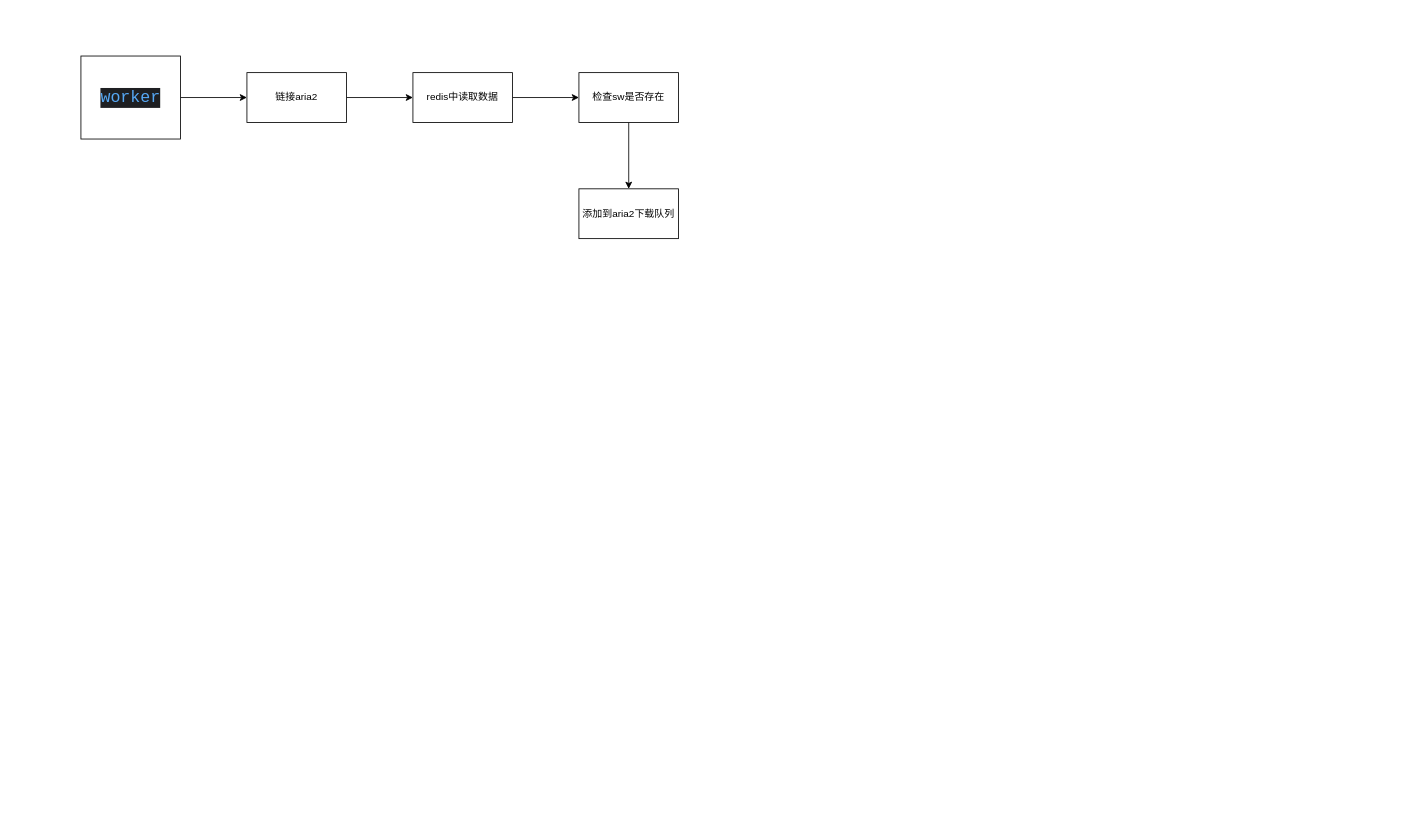
The draw.io diagram aria2工作流程.drawio in MapleJourney/diagram, before the edit. Source tidied: cells renumbered, new cells numbered last; positions are measured from the earlier drawing's top-left corner, leaving out a move shared by most shapes. Both pictures are drawn from the tidied source at 83%, with x=0, y=0 at pixel (81, 56).
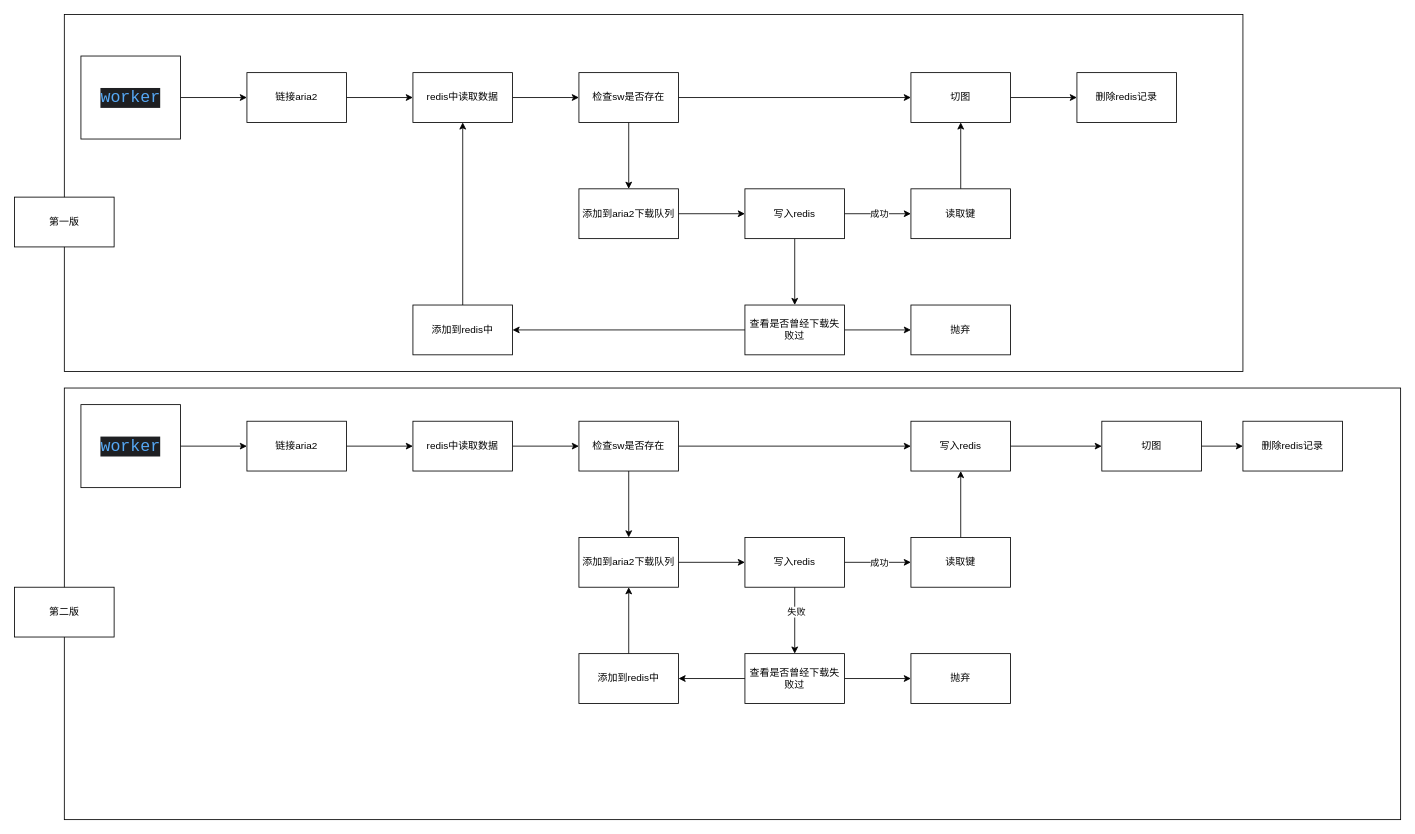
Above is the later version.

Commit message:
更新aria2工作流程.drawio

Unchanged cells that the change refers to:
```xml
<mxCell id="7" value="redis中读取数据" style="whiteSpace=wrap;html=1;rounded=0;" parent="1" vertex="1">
  <mxGeometry x="400" y="20" width="120" height="60" as="geometry" />
</mxCell>
<mxCell id="9" value="检查sw是否存在" style="whiteSpace=wrap;html=1;rounded=0;" parent="1" vertex="1">
  <mxGeometry x="600" y="20" width="120" height="60" as="geometry" />
</mxCell>
<mxCell id="10" value="添加到aria2下载队列" style="whiteSpace=wrap;html=1;rounded=0;" parent="1" vertex="1">
  <mxGeometry x="600" y="160" width="120" height="60" as="geometry" />
</mxCell>
```

The edit, as a diff of the source:
```diff
@@
+    <mxCell id="11" style="rounded=0;whiteSpace=wrap;html=1;" parent="1" vertex="1">
+      <mxGeometry x="-20" y="400" width="1610" height="520" as="geometry" />
+    </mxCell>
+    <mxCell id="12" style="rounded=0;whiteSpace=wrap;html=1;" parent="1" vertex="1">
+      <mxGeometry x="-20" y="-50" width="1420" height="430" as="geometry" />
+    </mxCell>
@@
+    <mxCell id="13" style="edgeStyle=orthogonalEdgeStyle;rounded=0;jettySize=auto;html=1;entryX=0;entryY=0.5;entryDx=0;entryDy=0;" parent="1" edge="1" source="9" target="22">
+      <mxGeometry relative="1" as="geometry" />
+    </mxCell>
@@
+    <mxCell id="14" style="edgeStyle=orthogonalEdgeStyle;rounded=0;jettySize=auto;html=1;" parent="1" edge="1" source="10" target="18">
+      <mxGeometry relative="1" as="geometry" />
+    </mxCell>
@@
+    <mxCell id="15" style="edgeStyle=orthogonalEdgeStyle;rounded=0;jettySize=auto;html=1;" parent="1" edge="1" source="18" target="20">
+      <mxGeometry relative="1" as="geometry" />
+    </mxCell>
+    <mxCell id="16" value="成功" style="edgeLabel;html=1;align=center;verticalAlign=middle;" parent="15" vertex="1">
+      <mxGeometry x="-0.31" y="-3" relative="1" as="geometry">
+        <mxPoint x="13" y="-3" as="offset" />
+      </mxGeometry>
+    </mxCell>
+    <mxCell id="17" style="edgeStyle=orthogonalEdgeStyle;rounded=0;jettySize=auto;html=1;" parent="1" edge="1" source="18" target="26">
+      <mxGeometry relative="1" as="geometry" />
+    </mxCell>
+    <mxCell id="18" value="写入redis" style="whiteSpace=wrap;html=1;rounded=0;" parent="1" vertex="1">
+      <mxGeometry x="800" y="160" width="120" height="60" as="geometry" />
+    </mxCell>
+    <mxCell id="19" style="edgeStyle=orthogonalEdgeStyle;rounded=0;jettySize=auto;html=1;" parent="1" edge="1" source="20" target="22">
+      <mxGeometry relative="1" as="geometry" />
+    </mxCell>
+    <mxCell id="20" value="读取键" style="whiteSpace=wrap;html=1;rounded=0;" parent="1" vertex="1">
+      <mxGeometry x="1000" y="160" width="120" height="60" as="geometry" />
+    </mxCell>
+    <mxCell id="21" style="edgeStyle=orthogonalEdgeStyle;rounded=0;jettySize=auto;html=1;" parent="1" edge="1" source="22" target="23">
+      <mxGeometry relative="1" as="geometry" />
+    </mxCell>
+    <mxCell id="22" value="切图" style="whiteSpace=wrap;html=1;rounded=0;" parent="1" vertex="1">
+      <mxGeometry x="1000" y="20" width="120" height="60" as="geometry" />
+    </mxCell>
+    <mxCell id="23" value="删除redis记录" style="whiteSpace=wrap;html=1;rounded=0;" parent="1" vertex="1">
+      <mxGeometry x="1200" y="20" width="120" height="60" as="geometry" />
+    </mxCell>
+    <mxCell id="24" style="edgeStyle=orthogonalEdgeStyle;rounded=0;jettySize=auto;html=1;" parent="1" edge="1" source="26" target="27">
+      <mxGeometry relative="1" as="geometry" />
+    </mxCell>
+    <mxCell id="25" style="edgeStyle=orthogonalEdgeStyle;rounded=0;jettySize=auto;html=1;" parent="1" edge="1" source="26" target="29">
+      <mxGeometry relative="1" as="geometry" />
+    </mxCell>
+    <mxCell id="26" value="查看是否曾经下载失败过" style="whiteSpace=wrap;html=1;rounded=0;" parent="1" vertex="1">
+      <mxGeometry x="800" y="300" width="120" height="60" as="geometry" />
+    </mxCell>
+    <mxCell id="27" value="抛弃" style="whiteSpace=wrap;html=1;rounded=0;" parent="1" vertex="1">
+      <mxGeometry x="1000" y="300" width="120" height="60" as="geometry" />
+    </mxCell>
+    <mxCell id="28" style="edgeStyle=orthogonalEdgeStyle;rounded=0;jettySize=auto;html=1;" parent="1" edge="1" source="29" target="7">
+      <mxGeometry relative="1" as="geometry" />
+    </mxCell>
+    <mxCell id="29" value="添加到redis中" style="whiteSpace=wrap;html=1;rounded=0;" parent="1" vertex="1">
+      <mxGeometry x="400" y="300" width="120" height="60" as="geometry" />
+    </mxCell>
+    <mxCell id="30" style="edgeStyle=orthogonalEdgeStyle;rounded=0;jettySize=auto;html=1;" parent="1" edge="1" source="31" target="33">
+      <mxGeometry relative="1" as="geometry" />
+    </mxCell>
+    <mxCell id="31" value="&lt;div style=&quot;background-color:#1e1f22;color:#bcbec4&quot;&gt;&lt;pre style=&quot;font-family:'JetBrains Mono',monospace;font-size:15.0pt;&quot;&gt;&lt;span style=&quot;color:#56a8f5;&quot;&gt;worker&lt;/span&gt;&lt;/pre&gt;&lt;/div&gt;" style="rounded=0;whiteSpace=wrap;html=1;" parent="1" vertex="1">
+      <mxGeometry y="420" width="120" height="100" as="geometry" />
+    </mxCell>
+    <mxCell id="32" style="edgeStyle=orthogonalEdgeStyle;rounded=0;jettySize=auto;html=1;" parent="1" edge="1" source="33" target="35">
+      <mxGeometry relative="1" as="geometry" />
+    </mxCell>
+    <mxCell id="33" value="链接aria2" style="whiteSpace=wrap;html=1;rounded=0;" parent="1" vertex="1">
+      <mxGeometry x="200" y="440" width="120" height="60" as="geometry" />
+    </mxCell>
+    <mxCell id="34" style="edgeStyle=orthogonalEdgeStyle;rounded=0;jettySize=auto;html=1;" parent="1" edge="1" source="35" target="38">
+      <mxGeometry relative="1" as="geometry" />
+    </mxCell>
+    <mxCell id="35" value="redis中读取数据" style="whiteSpace=wrap;html=1;rounded=0;" parent="1" vertex="1">
+      <mxGeometry x="400" y="440" width="120" height="60" as="geometry" />
+    </mxCell>
+    <mxCell id="36" style="edgeStyle=orthogonalEdgeStyle;rounded=0;jettySize=auto;html=1;" parent="1" edge="1" source="38" target="40">
+      <mxGeometry relative="1" as="geometry" />
+    </mxCell>
+    <mxCell id="37" style="edgeStyle=orthogonalEdgeStyle;rounded=0;jettySize=auto;html=1;entryX=0;entryY=0.5;entryDx=0;entryDy=0;" parent="1" edge="1" source="38" target="58">
+      <mxGeometry relative="1" as="geometry" />
+    </mxCell>
+    <mxCell id="38" value="检查sw是否存在" style="whiteSpace=wrap;html=1;rounded=0;" parent="1" vertex="1">
+      <mxGeometry x="600" y="440" width="120" height="60" as="geometry" />
+    </mxCell>
+    <mxCell id="39" style="edgeStyle=orthogonalEdgeStyle;rounded=0;jettySize=auto;html=1;" parent="1" edge="1" source="40" target="45">
+      <mxGeometry relative="1" as="geometry" />
+    </mxCell>
+    <mxCell id="40" value="添加到aria2下载队列" style="whiteSpace=wrap;html=1;rounded=0;" parent="1" vertex="1">
+      <mxGeometry x="600" y="580" width="120" height="60" as="geometry" />
+    </mxCell>
+    <mxCell id="41" style="edgeStyle=orthogonalEdgeStyle;rounded=0;jettySize=auto;html=1;" parent="1" edge="1" source="45" target="47">
+      <mxGeometry relative="1" as="geometry" />
+    </mxCell>
+    <mxCell id="42" value="成功" style="edgeLabel;html=1;align=center;verticalAlign=middle;" parent="41" vertex="1">
+      <mxGeometry x="-0.31" y="-3" relative="1" as="geometry">
+        <mxPoint x="13" y="-3" as="offset" />
+      </mxGeometry>
+    </mxCell>
+    <mxCell id="43" style="edgeStyle=orthogonalEdgeStyle;rounded=0;jettySize=auto;html=1;" parent="1" edge="1" source="45" target="53">
+      <mxGeometry relative="1" as="geometry" />
+    </mxCell>
+    <mxCell id="44" value="失败" style="edgeLabel;html=1;align=center;verticalAlign=middle;" parent="43" vertex="1">
+      <mxGeometry x="-0.28" y="1" relative="1" as="geometry" />
+    </mxCell>
+    <mxCell id="45" value="写入redis" style="whiteSpace=wrap;html=1;rounded=0;" parent="1" vertex="1">
+      <mxGeometry x="800" y="580" width="120" height="60" as="geometry" />
+    </mxCell>
+    <mxCell id="46" style="edgeStyle=orthogonalEdgeStyle;rounded=0;jettySize=auto;html=1;" parent="1" edge="1" source="47" target="58">
+      <mxGeometry relative="1" as="geometry" />
+    </mxCell>
+    <mxCell id="47" value="读取键" style="whiteSpace=wrap;html=1;rounded=0;" parent="1" vertex="1">
+      <mxGeometry x="1000" y="580" width="120" height="60" as="geometry" />
+    </mxCell>
+    <mxCell id="48" style="edgeStyle=orthogonalEdgeStyle;rounded=0;jettySize=auto;html=1;" parent="1" edge="1" source="49" target="50">
+      <mxGeometry relative="1" as="geometry" />
+    </mxCell>
+    <mxCell id="49" value="切图" style="whiteSpace=wrap;html=1;rounded=0;" parent="1" vertex="1">
+      <mxGeometry x="1230" y="440" width="120" height="60" as="geometry" />
+    </mxCell>
+    <mxCell id="50" value="删除redis记录" style="whiteSpace=wrap;html=1;rounded=0;" parent="1" vertex="1">
+      <mxGeometry x="1400" y="440" width="120" height="60" as="geometry" />
+    </mxCell>
+    <mxCell id="51" style="edgeStyle=orthogonalEdgeStyle;rounded=0;jettySize=auto;html=1;" parent="1" edge="1" source="53" target="54">
+      <mxGeometry relative="1" as="geometry" />
+    </mxCell>
+    <mxCell id="52" style="edgeStyle=orthogonalEdgeStyle;rounded=0;jettySize=auto;html=1;" parent="1" edge="1" source="53" target="56">
+      <mxGeometry relative="1" as="geometry" />
+    </mxCell>
+    <mxCell id="53" value="查看是否曾经下载失败过" style="whiteSpace=wrap;html=1;rounded=0;" parent="1" vertex="1">
+      <mxGeometry x="800" y="720" width="120" height="60" as="geometry" />
+    </mxCell>
+    <mxCell id="54" value="抛弃" style="whiteSpace=wrap;html=1;rounded=0;" parent="1" vertex="1">
+      <mxGeometry x="1000" y="720" width="120" height="60" as="geometry" />
+    </mxCell>
+    <mxCell id="55" style="edgeStyle=orthogonalEdgeStyle;rounded=0;jettySize=auto;html=1;" parent="1" edge="1" source="56" target="40">
+      <mxGeometry relative="1" as="geometry" />
+    </mxCell>
+    <mxCell id="56" value="添加到redis中" style="whiteSpace=wrap;html=1;rounded=0;" parent="1" vertex="1">
+      <mxGeometry x="600" y="720" width="120" height="60" as="geometry" />
+    </mxCell>
+    <mxCell id="57" style="edgeStyle=orthogonalEdgeStyle;rounded=0;jettySize=auto;html=1;entryX=0;entryY=0.5;entryDx=0;entryDy=0;" parent="1" edge="1" source="58" target="49">
+      <mxGeometry relative="1" as="geometry" />
+    </mxCell>
+    <mxCell id="58" value="写入redis" style="whiteSpace=wrap;html=1;rounded=0;" parent="1" vertex="1">
+      <mxGeometry x="1000" y="440" width="120" height="60" as="geometry" />
+    </mxCell>
+    <mxCell id="59" value="第一版" style="rounded=0;whiteSpace=wrap;html=1;" parent="1" vertex="1">
+      <mxGeometry x="-80" y="170" width="120" height="60" as="geometry" />
+    </mxCell>
+    <mxCell id="60" value="第二版" style="rounded=0;whiteSpace=wrap;html=1;" parent="1" vertex="1">
+      <mxGeometry x="-80" y="640" width="120" height="60" as="geometry" />
+    </mxCell>
```
